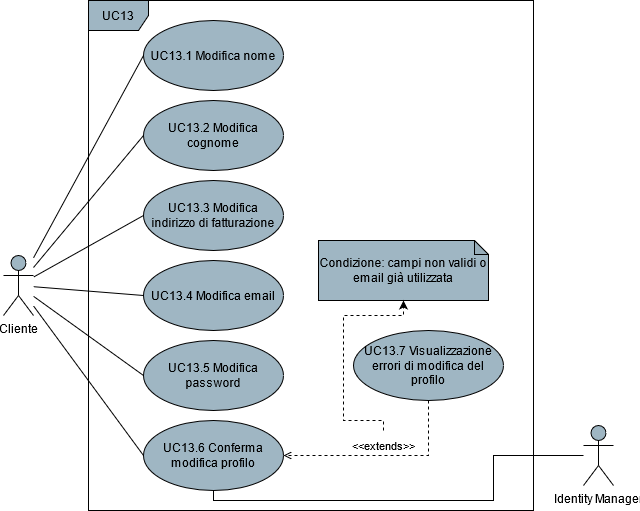
Earlier version of the draw.io export DocumentazioneEsterna/AnalisiDeiRequisiti/res/UseCase/Immagini/ModificaProfilo.png (Omicron-Team/Documentazione). Source tidied: cells renumbered, new cells last; positions are measured from the earlier drawing's top-left corner, leaving out a move shared by most shapes.
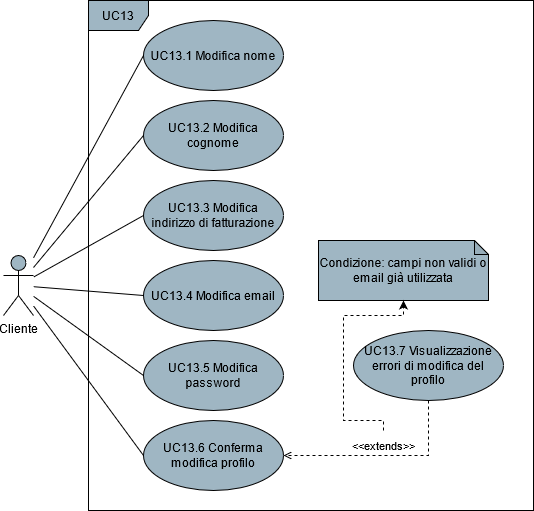
The same diagram one commit later.

Commit message:
rimozione identity manager UC13

Change to the diagram source:
```diff
@@ -64,17 +64,5 @@
     <mxCell id="19" value="UC13.5 Modifica password" style="ellipse;whiteSpace=wrap;html=1;fillColor=#9FB6C3;" parent="1" vertex="1">
       <mxGeometry x="140" y="340" width="140" height="70" as="geometry" />
     </mxCell>
-    <mxCell id="20" style="edgeStyle=orthogonalEdgeStyle;rounded=0;jettySize=auto;html=1;endArrow=none;endFill=0;endSize=10;" parent="1" edge="1" source="21" target="14">
-      <mxGeometry relative="1" as="geometry">
-        <Array as="points">
-          <mxPoint x="490" y="455" />
-          <mxPoint x="490" y="500" />
-          <mxPoint x="210" y="500" />
-        </Array>
-      </mxGeometry>
-    </mxCell>
-    <mxCell id="21" value="Identity Manager" style="shape=umlActor;verticalLabelPosition=bottom;verticalAlign=top;html=1;fillColor=#9FB6C3;" parent="1" vertex="1">
-      <mxGeometry x="580" y="425" width="30" height="60" as="geometry" />
-    </mxCell>
   </root>
 </mxGraphModel>
```
